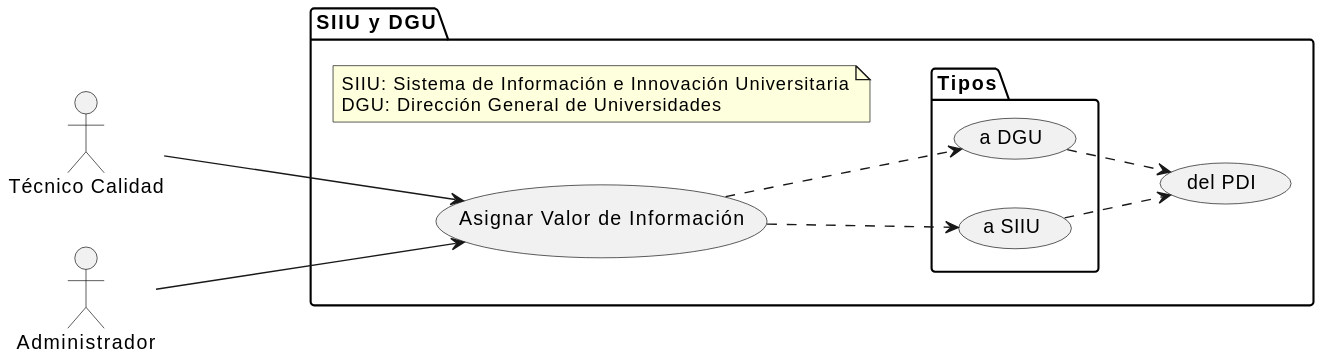
Before: images/modelosUML/CdU/Individuales/AsignarSIIUyDGU.svg, a diagram exported from PlantUML (mmasias/24-25-IdSw1-SDR). Its diagram source:
```plantuml
@startuml
left to right direction

actor "Técnico Calidad" as tec
actor "Administrador" as admin

package "SIIU y DGU" as SIIUyDGUPackage {
    usecase "Asignar Valor de Información" as asignarValor

    package "Tipos" {
        usecase "a SIIU" as SIIU
        usecase "a DGU" as DGU
    }

    usecase "del PDI" as PDI

    note "SIIU: Sistema de Información e Innovación Universitaria\nDGU: Dirección General de Universidades" as SIIUdef
}

asignarValor ..> SIIU
asignarValor ..> DGU
SIIU ..> PDI
DGU ..> PDI

tec ---> asignarValor
admin ---> asignarValor
@enduml
```
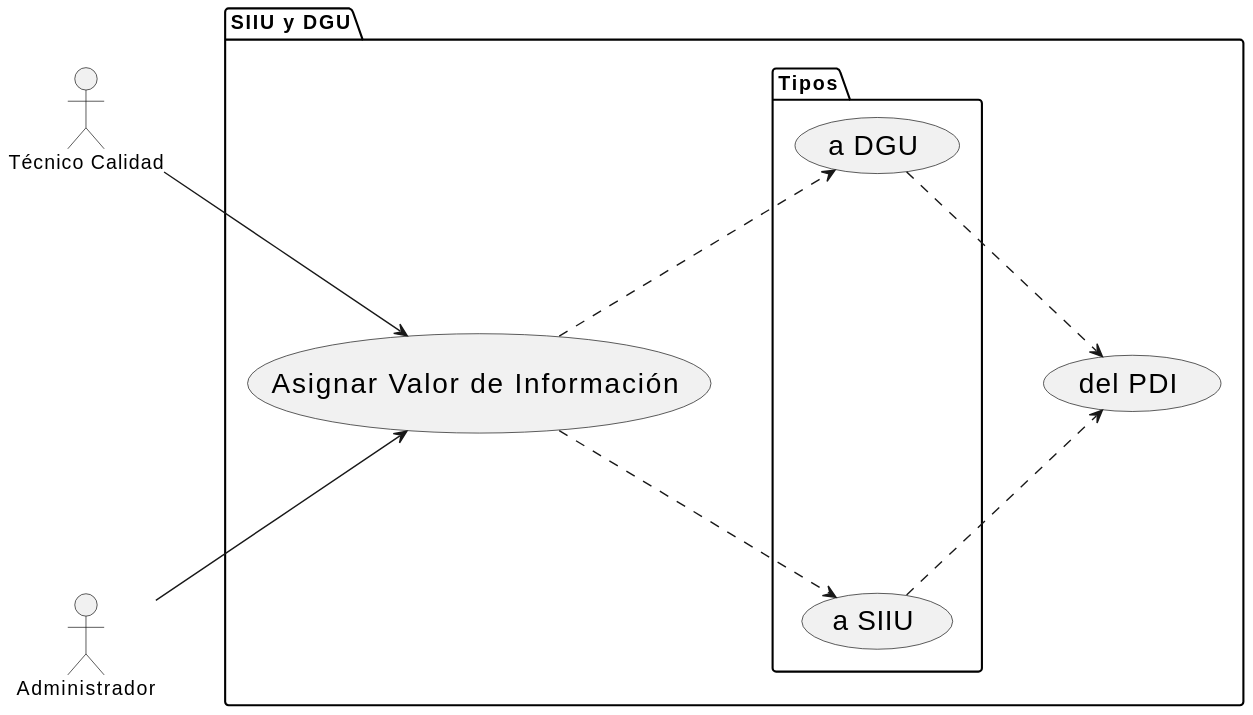
Later version of the same file.

The edit, as a diff of the source:
```diff
@@ -1,5 +1,11 @@
 @startuml
 left to right direction
+
+skinparam usecase {
+    FontSize 20
+}
+
+skinparam nodesep 300
 
 actor "Técnico Calidad" as tec
 actor "Administrador" as admin
@@ -14,7 +20,6 @@
 
     usecase "del PDI" as PDI
 
-    note "SIIU: Sistema de Información e Innovación Universitaria\nDGU: Dirección General de Universidades" as SIIUdef
 }
 
 asignarValor ..> SIIU
@@ -22,6 +27,6 @@
 SIIU ..> PDI
 DGU ..> PDI
 
-tec ---> asignarValor
-admin ---> asignarValor
+tec --> asignarValor
+admin --> asignarValor
 @enduml
```
